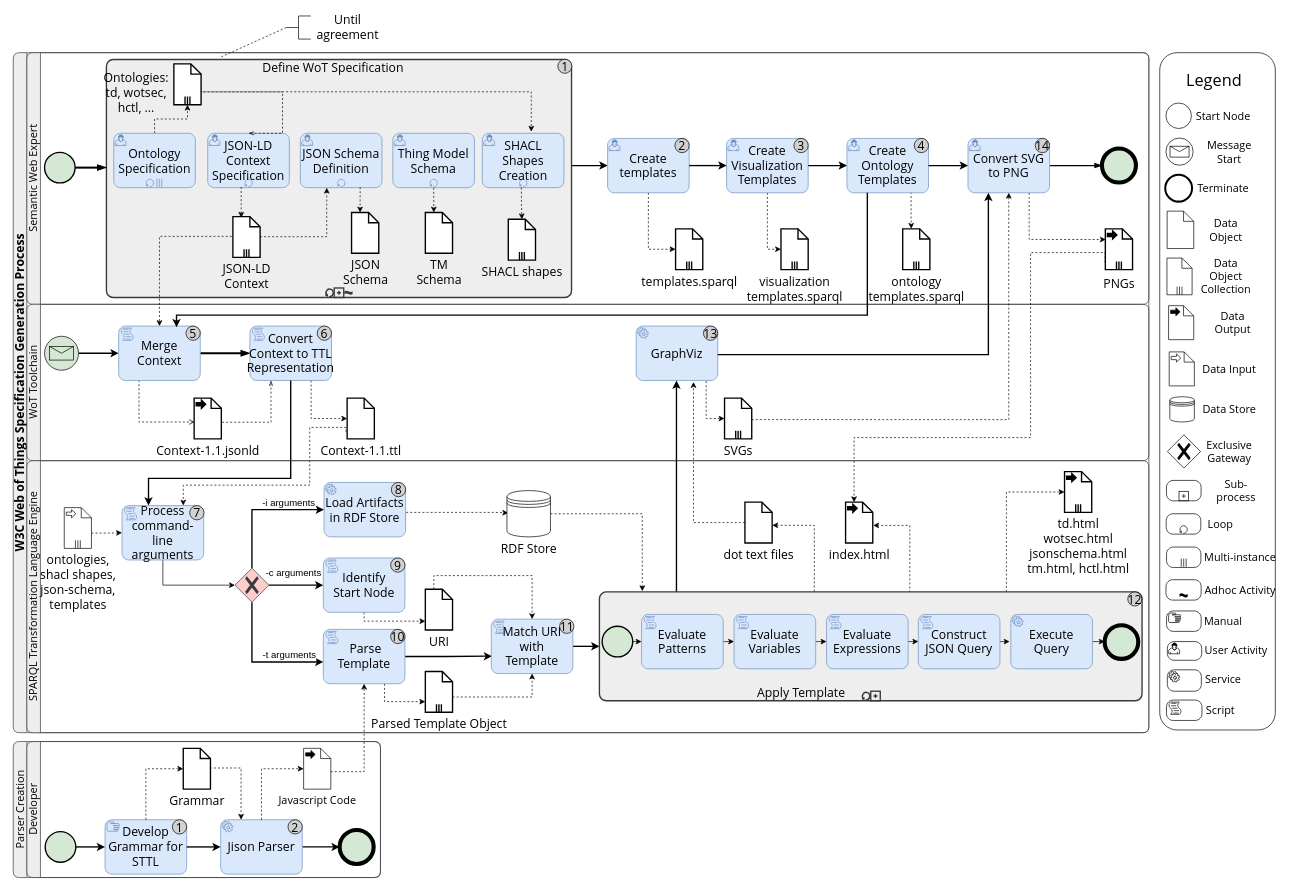
The draw.io diagram toolchain/wot-toolchain-bpmn.drawio in w3c/wot-thing-description, before the edit. Source tidied: cells renumbered, new cells numbered last; positions are measured from the earlier drawing's top-left corner, leaving out a move shared by most shapes. Both pictures are drawn from the tidied source at 68%, with x=0, y=0 at pixel (13, 16).
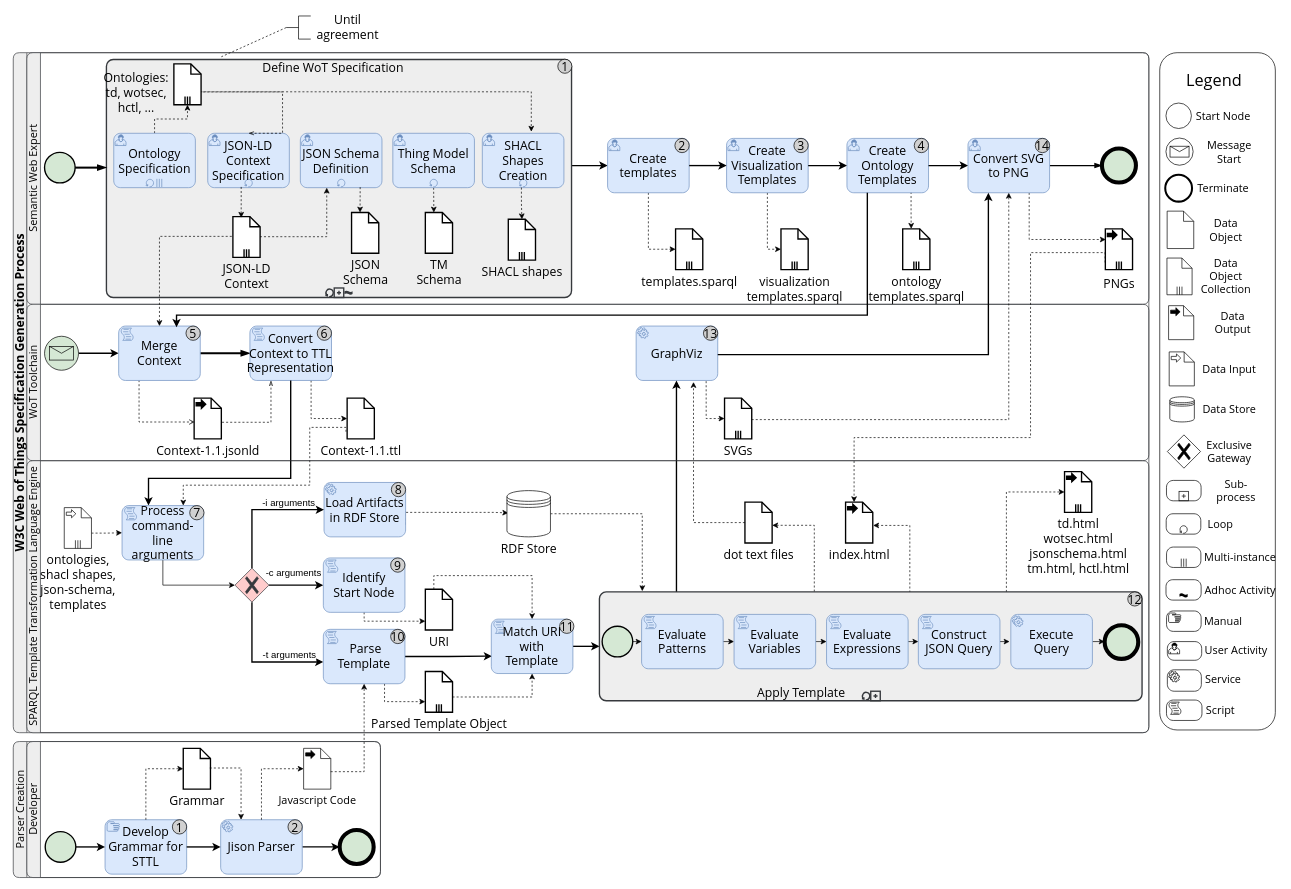
Above is the later version.

Commit message:
minor change in actor name

Unchanged cells that the change refers to:
```xml
<mxCell id="2" value="&lt;font style=&quot;font-size: 18px;&quot; face=&quot;Open Sans&quot;&gt;W3C Web of Things Specification Generation Process&lt;/font&gt;" style="swimlane;html=1;horizontal=0;startSize=20;whiteSpace=wrap;fillColor=#eeeeee;strokeColor=#36393d;rounded=1;" parent="1" vertex="1">
  <mxGeometry y="54" width="1670" height="1000" as="geometry" />
</mxCell>
```

The edit, as a diff of the source:
```diff
@@
-    <mxCell id="69" value="&lt;span style=&quot;font-weight: normal;&quot;&gt;&lt;font face=&quot;Open Sans&quot; style=&quot;font-size: 16px;&quot;&gt;SPARQL Transformation Language Engine&lt;/font&gt;&lt;/span&gt;" style="swimlane;html=1;startSize=20;horizontal=0;rotation=0;fillColor=#eeeeee;strokeColor=#36393d;rounded=1;swimlaneLine=1;" parent="2" vertex="1">
+    <mxCell id="69" value="&lt;span style=&quot;font-weight: normal;&quot;&gt;&lt;font face=&quot;Open Sans&quot; style=&quot;font-size: 16px;&quot;&gt;SPARQL Template Transformation Language Engine&lt;/font&gt;&lt;/span&gt;" style="swimlane;html=1;startSize=20;horizontal=0;rotation=0;fillColor=#eeeeee;strokeColor=#36393d;rounded=1;swimlaneLine=1;" parent="2" vertex="1">
       <mxGeometry x="20" y="600" width="1650" height="400" as="geometry" />
     </mxCell>
```
